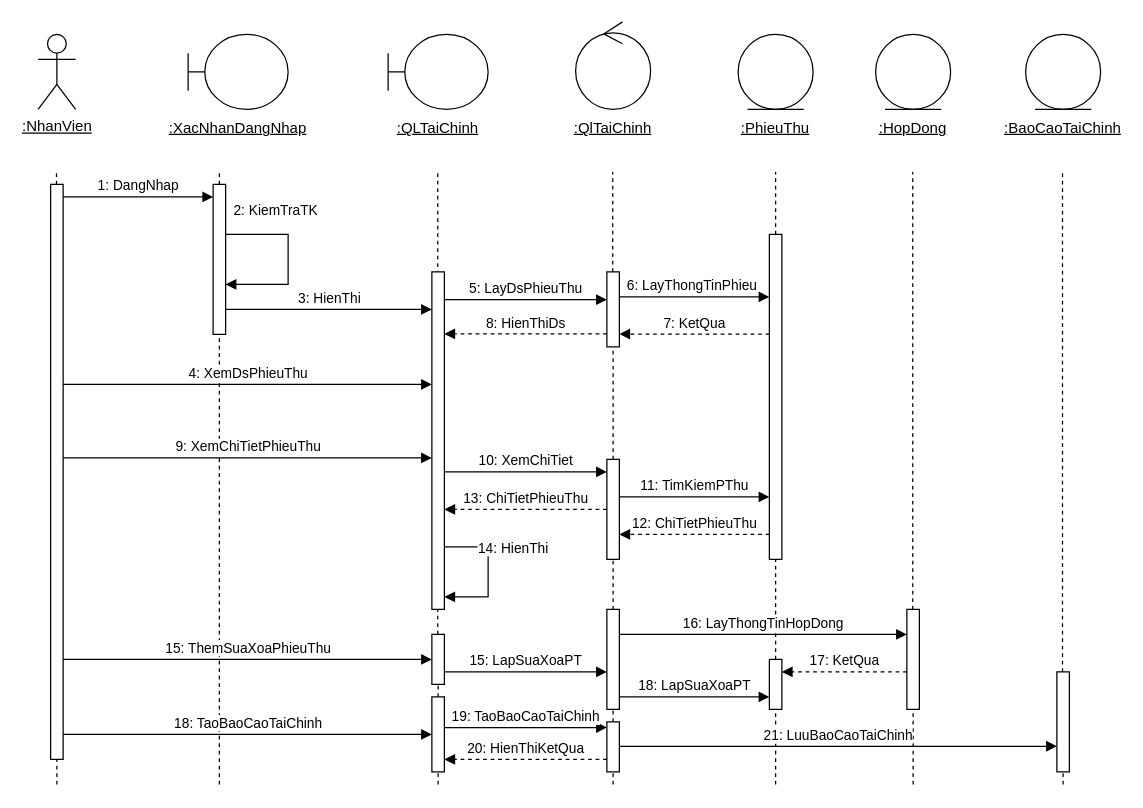
Nguyeniris123/DH22IT01OU keeps this draw.io diagram as Phân tích thiết kế hệ thống/Tuan7/Tuantu/TuantuQLTaiChinh.drawio. Above is the earlier version. Source tidied: cells renumbered, new cells numbered last; positions are measured from the earlier drawing's top-left corner, leaving out a move shared by most shapes. Both pictures are drawn from the tidied source at 125%, with x=0, y=0 at pixel (38, 21).
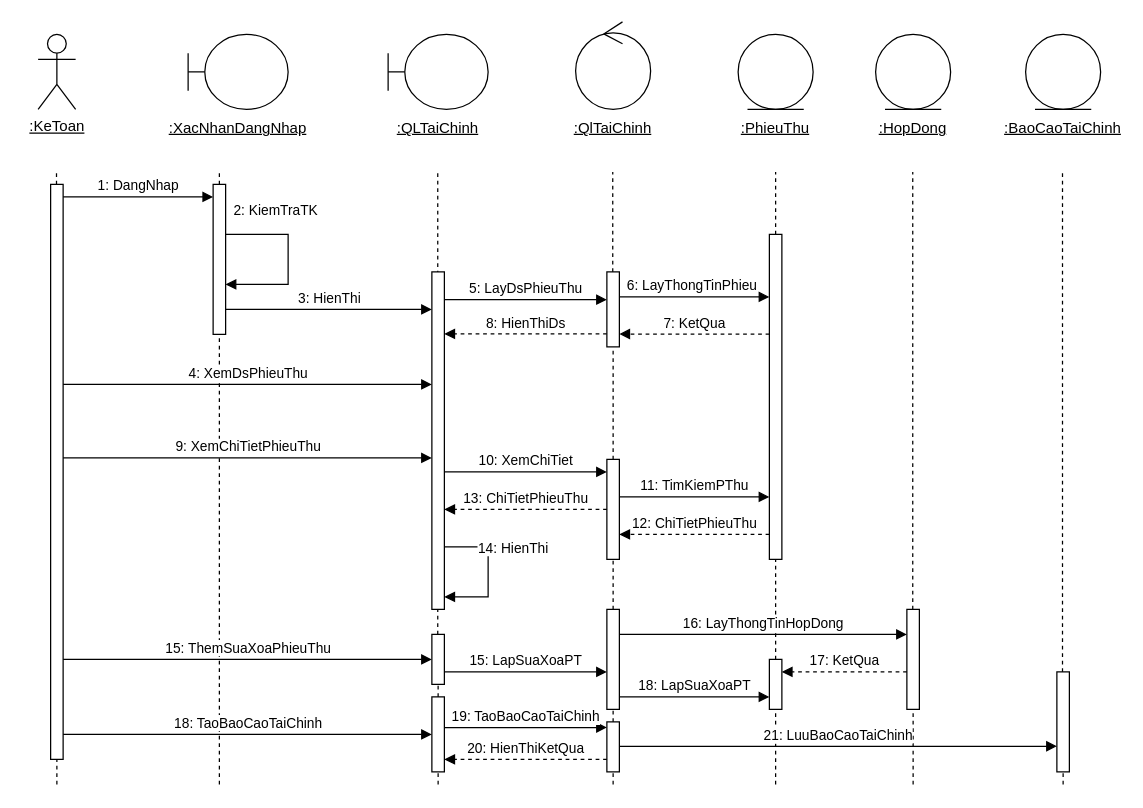
The same page after the edit.

Diff of the diagram source:
```diff
@@
-    <mxCell id="2" value="&lt;span style=&quot;text-wrap: wrap;&quot;&gt;&lt;u&gt;:NhanVien&lt;/u&gt;&lt;/span&gt;" style="shape=umlActor;verticalLabelPosition=bottom;verticalAlign=top;html=1;" parent="1" vertex="1">
+    <mxCell id="2" value="&lt;span style=&quot;text-wrap: wrap;&quot;&gt;&lt;u&gt;:KeToan&lt;/u&gt;&lt;/span&gt;" style="shape=umlActor;verticalLabelPosition=bottom;verticalAlign=top;html=1;" parent="1" vertex="1">
       <mxGeometry y="10" width="30" height="60" as="geometry" />
     </mxCell>
```
